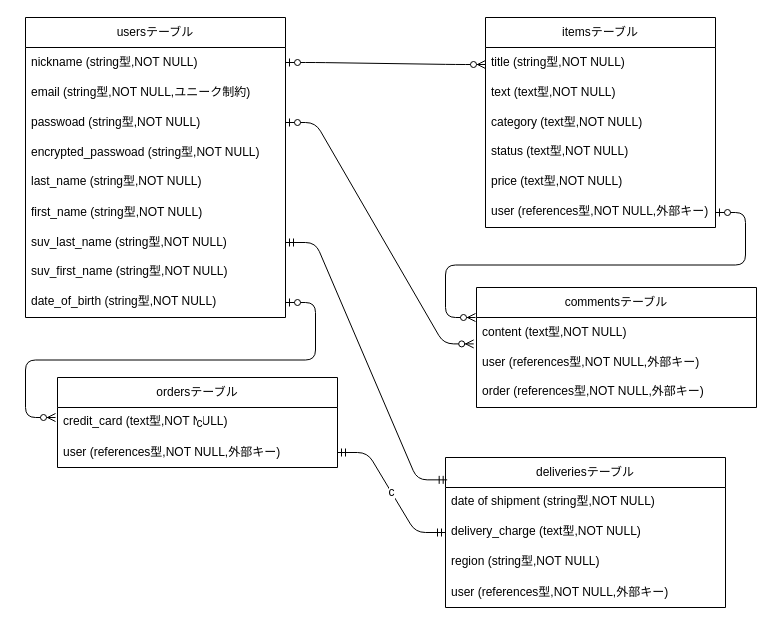
Before: furima.dio in koharayuki/furima-39296, a draw.io diagram. Source tidied: cells renumbered, new cells numbered last; positions are measured from the earlier drawing's top-left corner, leaving out a move shared by most shapes. Both pictures are drawn from the tidied source at 100%, with x=0, y=0 at pixel (25, 17).
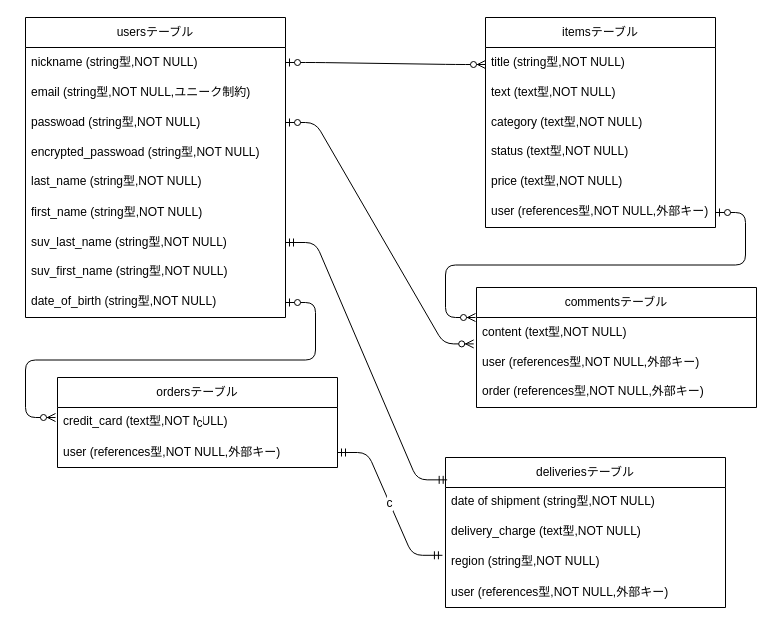
The same diagram, later.

Commit message:
操作ミスの為コメントアウトしてcommit

The change refers to these unchanged cells:
```xml
<mxCell id="21" value="user (references型,NOT NULL,外部キー)" style="text;strokeColor=none;fillColor=none;align=left;verticalAlign=middle;spacingLeft=4;spacingRight=4;overflow=hidden;points=[[0,0.5],[1,0.5]];portConstraint=eastwest;whiteSpace=wrap;html=1;" parent="19" vertex="1">
  <mxGeometry y="60" width="280" height="30" as="geometry" />
</mxCell>
<mxCell id="29" value="delivery_charge (text型,NOT NULL)" style="text;strokeColor=none;fillColor=none;spacingLeft=4;spacingRight=4;overflow=hidden;points=[[0,0.5],[1,0.5]];portConstraint=eastwest;fontSize=12;" parent="27" vertex="1">
  <mxGeometry y="60" width="280" height="30" as="geometry" />
</mxCell>
<mxCell id="30" value="region (string型,NOT NULL)" style="text;strokeColor=none;fillColor=none;spacingLeft=4;spacingRight=4;overflow=hidden;points=[[0,0.5],[1,0.5]];portConstraint=eastwest;fontSize=12;" parent="27" vertex="1">
  <mxGeometry y="90" width="280" height="30" as="geometry" />
</mxCell>
```

What changed in the source:
```diff
@@
-    <mxCell id="34" value="c" style="edgeStyle=entityRelationEdgeStyle;fontSize=12;html=1;endArrow=ERmandOne;startArrow=ERmandOne;exitX=1;exitY=0.5;exitDx=0;exitDy=0;entryX=0;entryY=0.5;entryDx=0;entryDy=0;" parent="1" edge="1" source="21" target="29">
+    <mxCell id="34" value="c" style="edgeStyle=entityRelationEdgeStyle;fontSize=12;html=1;endArrow=ERmandOne;startArrow=ERmandOne;exitX=1;exitY=0.5;exitDx=0;exitDy=0;entryX=-0.011;entryY=0.26;entryDx=0;entryDy=0;entryPerimeter=0;" parent="1" edge="1" source="21" target="30">
       <mxGeometry relative="1" as="geometry" />
     </mxCell>
```
